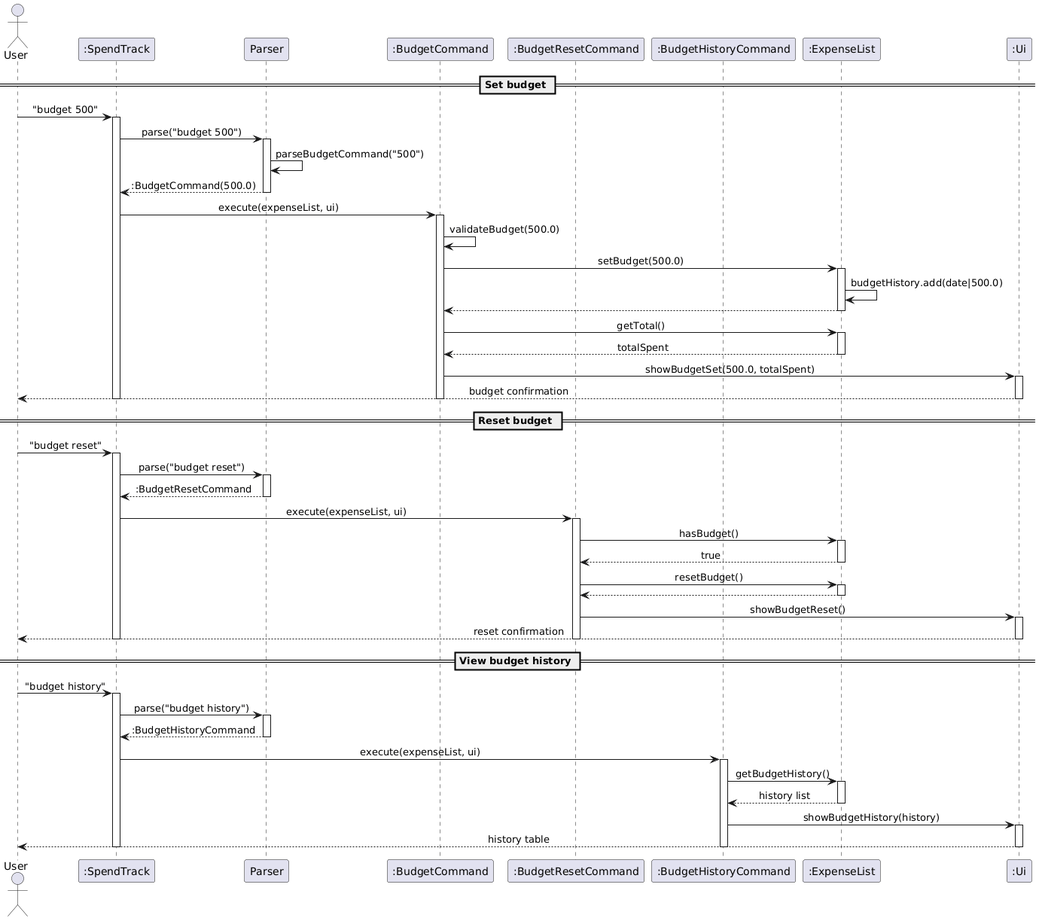
This is docs/images/BudgetCommandSequence.png from AbhijitBalajee/tp, a PlantUML export, as it was before one commit.
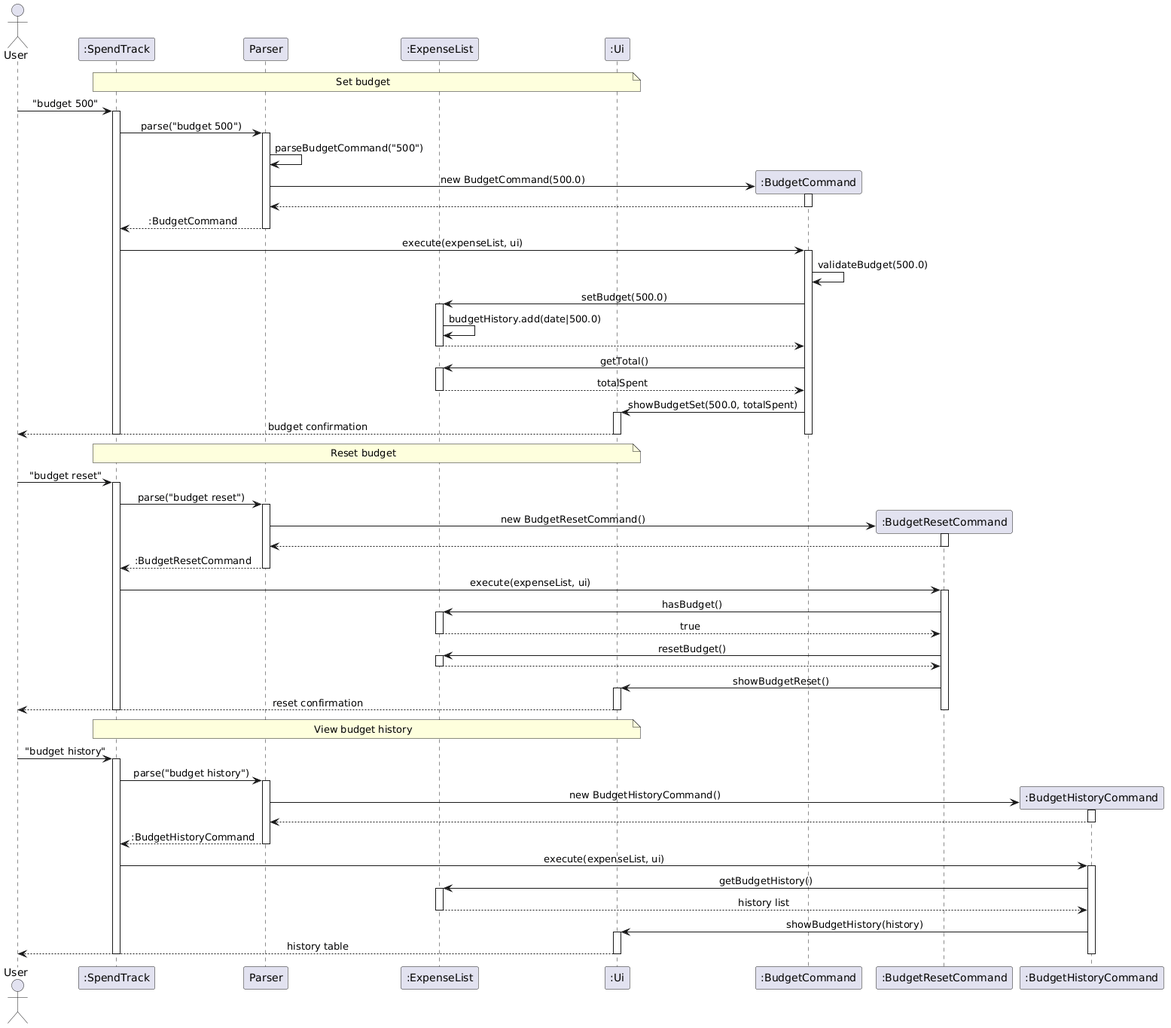
The same file after the commit.

Commit message:
fix: correct UML diagram notation errors in DG sequence and class diagrams

Change to the diagram source:
```diff
@@ -6,20 +6,26 @@
 actor User
 participant ":SpendTrack" as ST
 participant "Parser" as P
-participant ":BudgetCommand" as BC
-participant ":BudgetResetCommand" as BRC
-participant ":BudgetHistoryCommand" as BHC
 participant ":ExpenseList" as EL
 participant ":Ui" as UI
 
-== Set budget ==
+note over ST, UI : Set budget
+
 User -> ST : "budget 500"
 activate ST
 ST -> P : parse("budget 500")
 activate P
 P -> P : parseBudgetCommand("500")
-P --> ST : :BudgetCommand(500.0)
+
+create participant ":BudgetCommand" as BC
+P -> BC : new BudgetCommand(500.0)
+activate BC
+BC --> P
+deactivate BC
+
+P --> ST : :BudgetCommand
 deactivate P
+
 ST -> BC : execute(expenseList, ui)
 activate BC
 BC -> BC : validateBudget(500.0)
@@ -39,13 +45,22 @@
 deactivate BC
 deactivate ST
 
-== Reset budget ==
+note over ST, UI : Reset budget
+
 User -> ST : "budget reset"
 activate ST
 ST -> P : parse("budget reset")
 activate P
+
+create participant ":BudgetResetCommand" as BRC
+P -> BRC : new BudgetResetCommand()
+activate BRC
+BRC --> P
+deactivate BRC
+
 P --> ST : :BudgetResetCommand
 deactivate P
+
 ST -> BRC : execute(expenseList, ui)
 activate BRC
 BRC -> EL : hasBudget()
@@ -63,13 +78,22 @@
 deactivate BRC
 deactivate ST
 
-== View budget history ==
+note over ST, UI : View budget history
+
 User -> ST : "budget history"
 activate ST
 ST -> P : parse("budget history")
 activate P
+
+create participant ":BudgetHistoryCommand" as BHC
+P -> BHC : new BudgetHistoryCommand()
+activate BHC
+BHC --> P
+deactivate BHC
+
 P --> ST : :BudgetHistoryCommand
 deactivate P
+
 ST -> BHC : execute(expenseList, ui)
 activate BHC
 BHC -> EL : getBudgetHistory()
```
